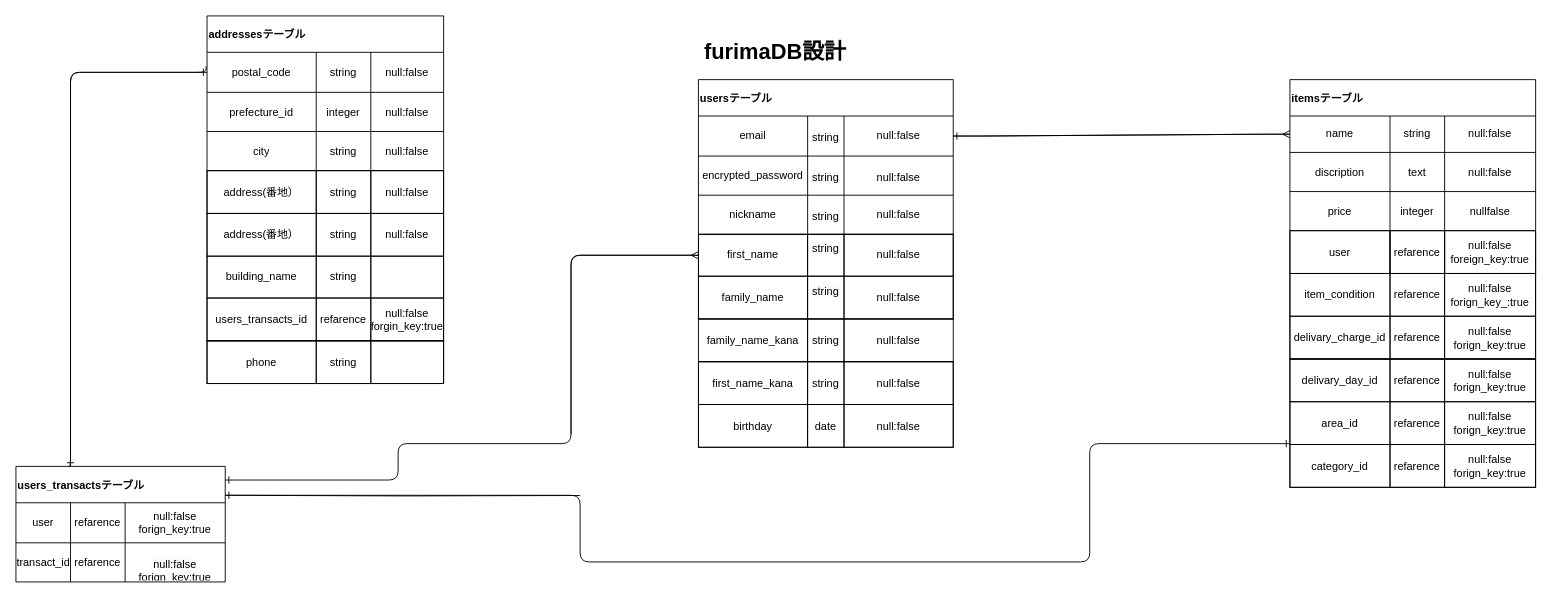
Above: test.dio in hiro1090/furima-40159 (draw.io), before the change. Source tidied: cells renumbered, new cells numbered last; positions are measured from the earlier drawing's top-left corner, leaving out a move shared by most shapes. Both pictures are drawn from the tidied source at 91%, with x=0, y=0 at pixel (15, 15).
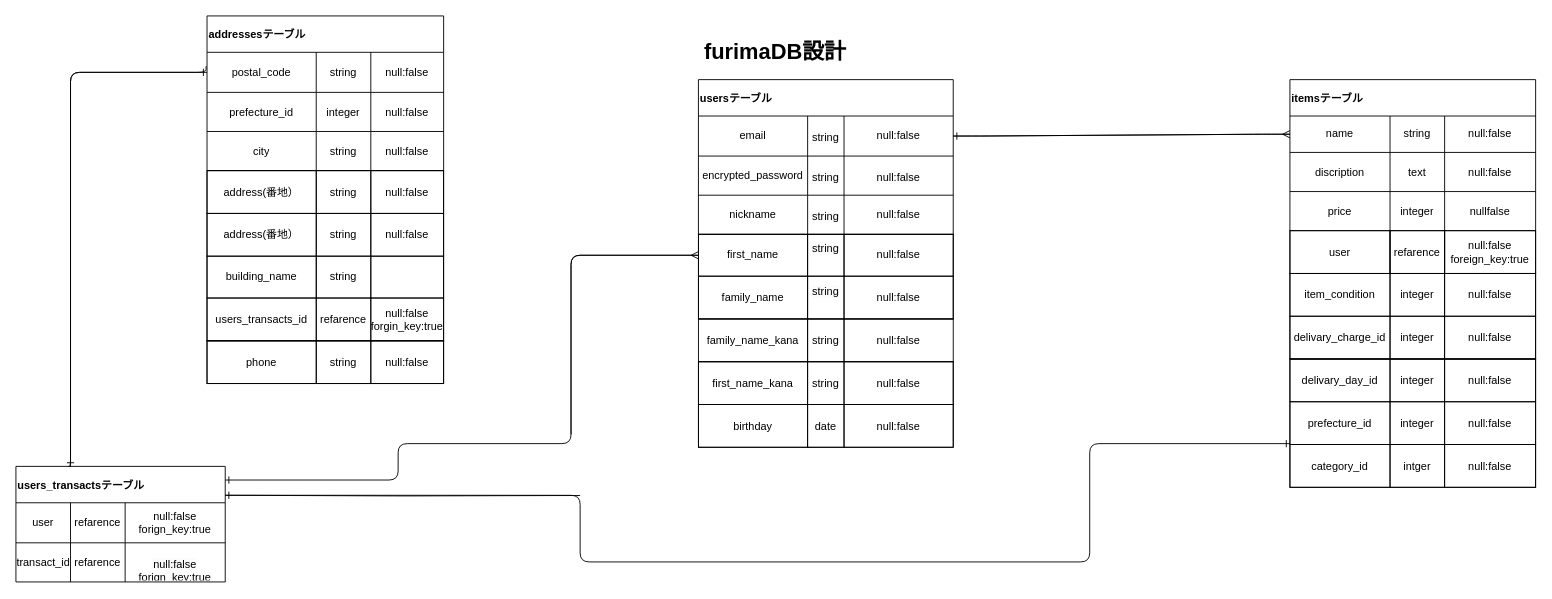
After the change.

Commit message (it also covers changes not shown here):
ER図、READMEの修正６

The change refers to these unchanged cells:
```xml
<mxCell id="76" style="shape=tableRow;horizontal=0;startSize=0;swimlaneHead=0;swimlaneBody=0;top=0;left=0;bottom=0;right=0;fontStyle=0;fillColor=none;strokeColor=inherit;sketch=0;strokeWidth=1;" parent="75" vertex="1">
  <mxGeometry width="270" height="47" as="geometry" />
</mxCell>
<mxCell id="80" style="shape=tableRow;horizontal=0;startSize=0;swimlaneHead=0;swimlaneBody=0;top=0;left=0;bottom=0;right=0;fontStyle=0;fillColor=none;strokeColor=inherit;sketch=0;strokeWidth=1;" parent="75" vertex="1">
  <mxGeometry y="47" width="270" height="47" as="geometry" />
</mxCell>
<mxCell id="85" style="shape=tableRow;horizontal=0;startSize=0;swimlaneHead=0;swimlaneBody=0;top=0;left=0;bottom=0;right=0;fontStyle=0;fillColor=none;strokeColor=inherit;sketch=0;strokeWidth=1;" parent="84" vertex="1">
  <mxGeometry width="270" height="47" as="geometry" />
</mxCell>
<mxCell id="89" style="shape=tableRow;horizontal=0;startSize=0;swimlaneHead=0;swimlaneBody=0;top=0;left=0;bottom=0;right=0;fontStyle=0;fillColor=none;strokeColor=inherit;sketch=0;strokeWidth=1;" parent="84" vertex="1">
  <mxGeometry y="47" width="270" height="47" as="geometry" />
</mxCell>
<mxCell id="93" style="shape=tableRow;horizontal=0;startSize=0;swimlaneHead=0;swimlaneBody=0;top=0;left=0;bottom=0;right=0;fontStyle=0;fillColor=none;strokeColor=inherit;sketch=0;strokeWidth=1;" parent="84" vertex="1">
  <mxGeometry y="94" width="270" height="47" as="geometry" />
</mxCell>
<mxCell id="125" style="shape=tableRow;horizontal=0;startSize=0;swimlaneHead=0;swimlaneBody=0;top=0;left=0;bottom=0;right=0;fontStyle=0;fillColor=none;strokeColor=inherit;sketch=0;strokeWidth=1;" parent="124" vertex="1">
  <mxGeometry width="260" height="47" as="geometry" />
</mxCell>
```

The edit, as a diff of the source:
```diff
@@
-    <mxCell id="78" value="refarence" style="strokeColor=inherit;fillColor=none;align=center;whiteSpace=wrap;html=1;sketch=0;strokeWidth=1;" parent="76" vertex="1">
+    <mxCell id="78" value="integer" style="strokeColor=inherit;fillColor=none;align=center;whiteSpace=wrap;html=1;sketch=0;strokeWidth=1;" parent="76" vertex="1">
       <mxGeometry x="110" width="60" height="47" as="geometry" />
     </mxCell>
-    <mxCell id="79" value="null:false&lt;br&gt;forign_key_:true" style="strokeColor=inherit;fillColor=none;align=center;whiteSpace=wrap;html=1;sketch=0;strokeWidth=1;" parent="76" vertex="1">
+    <mxCell id="79" value="null:false" style="strokeColor=inherit;fillColor=none;align=center;whiteSpace=wrap;html=1;sketch=0;strokeWidth=1;" parent="76" vertex="1">
       <mxGeometry x="170" width="100" height="47" as="geometry" />
     </mxCell>
@@
-    <mxCell id="82" value="refarence" style="strokeColor=inherit;fillColor=none;align=center;whiteSpace=wrap;html=1;sketch=0;strokeWidth=1;" parent="80" vertex="1">
+    <mxCell id="82" value="integer" style="strokeColor=inherit;fillColor=none;align=center;whiteSpace=wrap;html=1;sketch=0;strokeWidth=1;" parent="80" vertex="1">
       <mxGeometry x="110" width="60" height="47" as="geometry" />
     </mxCell>
-    <mxCell id="83" value="null:false&lt;br&gt;forign_key:true" style="strokeColor=inherit;fillColor=none;align=center;whiteSpace=wrap;html=1;sketch=0;strokeWidth=1;" parent="80" vertex="1">
+    <mxCell id="83" value="null:false" style="strokeColor=inherit;fillColor=none;align=center;whiteSpace=wrap;html=1;sketch=0;strokeWidth=1;" parent="80" vertex="1">
       <mxGeometry x="170" width="100" height="47" as="geometry" />
     </mxCell>
@@
-    <mxCell id="87" value="refarence" style="strokeColor=inherit;fillColor=none;align=center;whiteSpace=wrap;html=1;sketch=0;strokeWidth=1;" parent="85" vertex="1">
+    <mxCell id="87" value="integer" style="strokeColor=inherit;fillColor=none;align=center;whiteSpace=wrap;html=1;sketch=0;strokeWidth=1;" parent="85" vertex="1">
       <mxGeometry x="110" width="60" height="47" as="geometry" />
     </mxCell>
-    <mxCell id="88" value="null:false&lt;br style=&quot;border-color: var(--border-color);&quot;&gt;forign_key:true" style="strokeColor=inherit;fillColor=none;align=center;whiteSpace=wrap;html=1;sketch=0;strokeWidth=1;" parent="85" vertex="1">
+    <mxCell id="88" value="null:false" style="strokeColor=inherit;fillColor=none;align=center;whiteSpace=wrap;html=1;sketch=0;strokeWidth=1;" parent="85" vertex="1">
       <mxGeometry x="170" width="100" height="47" as="geometry" />
     </mxCell>
@@
-    <mxCell id="90" value="area_id" style="strokeColor=inherit;fillColor=none;align=center;whiteSpace=wrap;html=1;sketch=0;strokeWidth=1;" parent="89" vertex="1">
+    <mxCell id="90" value="prefecture_id" style="strokeColor=inherit;fillColor=none;align=center;whiteSpace=wrap;html=1;sketch=0;strokeWidth=1;" parent="89" vertex="1">
       <mxGeometry width="110" height="47" as="geometry" />
     </mxCell>
-    <mxCell id="91" value="refarence" style="strokeColor=inherit;fillColor=none;align=center;whiteSpace=wrap;html=1;sketch=0;strokeWidth=1;" parent="89" vertex="1">
+    <mxCell id="91" value="integer" style="strokeColor=inherit;fillColor=none;align=center;whiteSpace=wrap;html=1;sketch=0;strokeWidth=1;" parent="89" vertex="1">
       <mxGeometry x="110" width="60" height="47" as="geometry" />
     </mxCell>
-    <mxCell id="92" value="null:false&lt;br style=&quot;border-color: var(--border-color);&quot;&gt;forign_key:true" style="strokeColor=inherit;fillColor=none;align=center;whiteSpace=wrap;html=1;sketch=0;strokeWidth=1;" parent="89" vertex="1">
+    <mxCell id="92" value="null:false" style="strokeColor=inherit;fillColor=none;align=center;whiteSpace=wrap;html=1;sketch=0;strokeWidth=1;" parent="89" vertex="1">
       <mxGeometry x="170" width="100" height="47" as="geometry" />
     </mxCell>
@@
-    <mxCell id="95" value="refarence" style="strokeColor=inherit;fillColor=none;align=center;whiteSpace=wrap;html=1;sketch=0;strokeWidth=1;" parent="93" vertex="1">
+    <mxCell id="95" value="intger" style="strokeColor=inherit;fillColor=none;align=center;whiteSpace=wrap;html=1;sketch=0;strokeWidth=1;" parent="93" vertex="1">
       <mxGeometry x="110" width="60" height="47" as="geometry" />
     </mxCell>
-    <mxCell id="96" value="null:false&lt;br style=&quot;border-color: var(--border-color);&quot;&gt;forign_key:true" style="strokeColor=inherit;fillColor=none;align=center;whiteSpace=wrap;html=1;sketch=0;strokeWidth=1;" parent="93" vertex="1">
+    <mxCell id="96" value="null:false" style="strokeColor=inherit;fillColor=none;align=center;whiteSpace=wrap;html=1;sketch=0;strokeWidth=1;" parent="93" vertex="1">
       <mxGeometry x="170" width="100" height="47" as="geometry" />
     </mxCell>
@@
-    <mxCell id="128" style="strokeColor=inherit;fillColor=none;align=center;whiteSpace=wrap;html=1;sketch=0;strokeWidth=1;" parent="125" vertex="1">
+    <mxCell id="128" value="null:false" style="strokeColor=inherit;fillColor=none;align=center;whiteSpace=wrap;html=1;sketch=0;strokeWidth=1;" parent="125" vertex="1">
       <mxGeometry x="180" width="80" height="47" as="geometry" />
     </mxCell>
```
